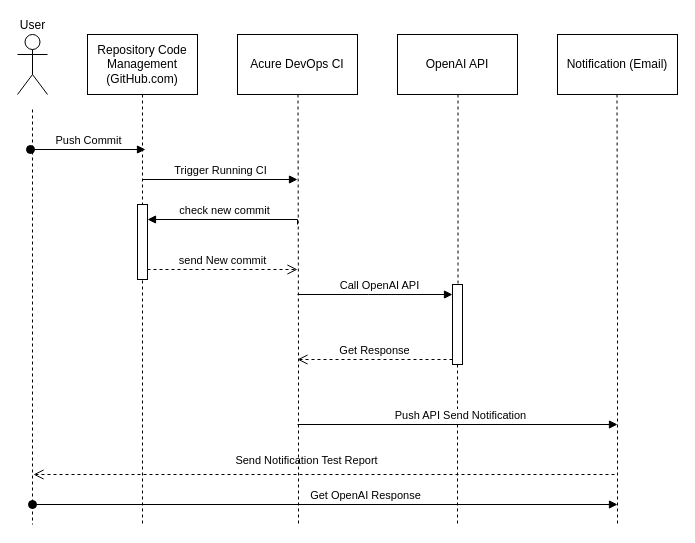
The draw.io diagram chatGPT interaction.drawio in apencoreply/FunctionFiDel, before the edit. Source tidied: cells renumbered, new cells numbered last; positions are measured from the earlier drawing's top-left corner, leaving out a move shared by most shapes. Both pictures are drawn from the tidied source at 100%, with x=0, y=0 at pixel (17, 34).
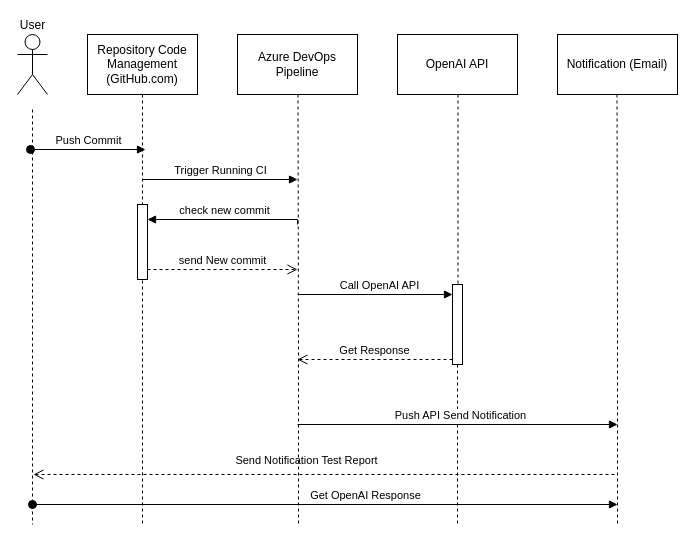
The same page after the edit.

The edit, as a diff of the source:
```diff
@@
-    <mxCell id="15" value="Acure DevOps CI" style="whiteSpace=wrap;html=1;" parent="1" vertex="1">
+    <mxCell id="15" value="Azure DevOps Pipeline" style="whiteSpace=wrap;html=1;" parent="1" vertex="1">
       <mxGeometry x="220" width="120" height="60" as="geometry" />
     </mxCell>
```
